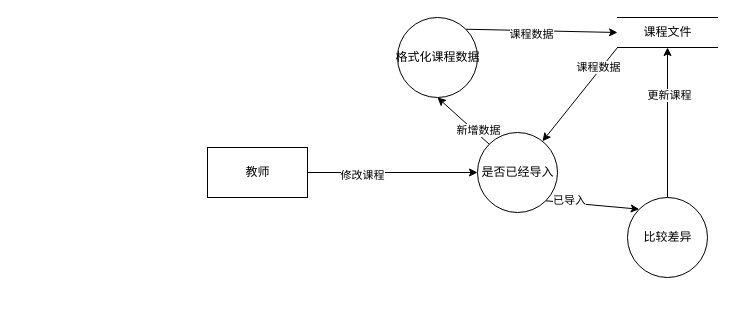
The draw.io diagram 选修课管理系统登记教室信息.drawio in xinhecuican/draw, before the edit. Source tidied: cells renumbered, new cells numbered last; positions are measured from the earlier drawing's top-left corner, leaving out a move shared by most shapes. Both pictures are drawn from the tidied source at 100%, with x=0, y=0 at pixel (207, 17).
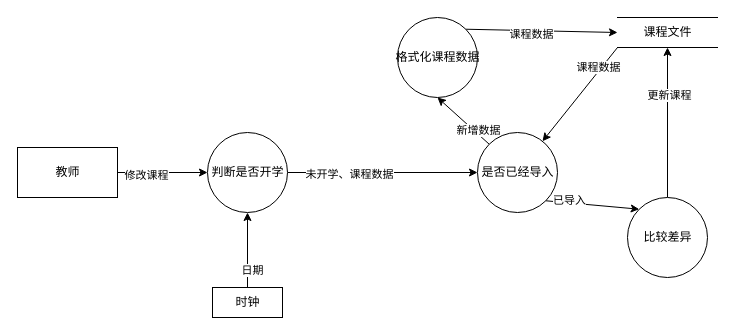
The same diagram, later.

Commit message (it also covers changes not shown here):
更新选修课管理系统登记教室信息.drawio

The change refers to these unchanged cells:
```xml
<mxCell id="12" value="是否已经导入" style="shape=ellipse;html=1;dashed=0;whitespace=wrap;perimeter=ellipsePerimeter;" parent="1" vertex="1">
  <mxGeometry x="270" y="115" width="80" height="80" as="geometry" />
</mxCell>
```

The edit, as a diff of the source:
```diff
@@
-    <mxCell id="2" style="edgeStyle=orthogonalEdgeStyle;rounded=0;jettySize=auto;html=1;exitX=1;exitY=0.5;exitDx=0;exitDy=0;entryX=0;entryY=0.5;entryDx=0;entryDy=0;" parent="1" edge="1" source="4" target="12">
+    <mxCell id="2" style="rounded=0;jettySize=auto;html=1;exitX=1;exitY=0.5;exitDx=0;exitDy=0;" parent="1" edge="1" source="4" target="21">
       <mxGeometry relative="1" as="geometry" />
     </mxCell>
@@
     <mxCell id="4" value="教师" style="html=1;dashed=0;whitespace=wrap;" parent="1" vertex="1">
-      <mxGeometry y="130" width="100" height="50" as="geometry" />
+      <mxGeometry x="-190" y="130" width="100" height="50" as="geometry" />
     </mxCell>
@@
+    <mxCell id="19" style="edgeStyle=none;rounded=0;jettySize=auto;html=1;exitX=1;exitY=0.5;exitDx=0;exitDy=0;" parent="1" edge="1" source="21" target="12">
+      <mxGeometry relative="1" as="geometry" />
+    </mxCell>
+    <mxCell id="20" value="未开学、课程数据" style="edgeLabel;html=1;align=center;verticalAlign=middle;" parent="19" vertex="1">
+      <mxGeometry x="-0.36" y="-1" relative="1" as="geometry" />
+    </mxCell>
+    <mxCell id="21" value="判断是否开学&lt;br&gt;" style="shape=ellipse;html=1;dashed=0;whitespace=wrap;perimeter=ellipsePerimeter;" parent="1" vertex="1">
+      <mxGeometry y="115" width="80" height="80" as="geometry" />
+    </mxCell>
+    <mxCell id="22" style="edgeStyle=none;rounded=0;jettySize=auto;html=1;exitX=0.5;exitY=0;exitDx=0;exitDy=0;" parent="1" edge="1" source="24" target="21">
+      <mxGeometry relative="1" as="geometry" />
+    </mxCell>
+    <mxCell id="23" value="日期" style="edgeLabel;html=1;align=center;verticalAlign=middle;" parent="22" vertex="1">
+      <mxGeometry x="-0.52" y="-4" relative="1" as="geometry" />
+    </mxCell>
+    <mxCell id="24" value="时钟" style="html=1;dashed=0;whitespace=wrap;" parent="1" vertex="1">
+      <mxGeometry x="5" y="270" width="70" height="30" as="geometry" />
+    </mxCell>
```
